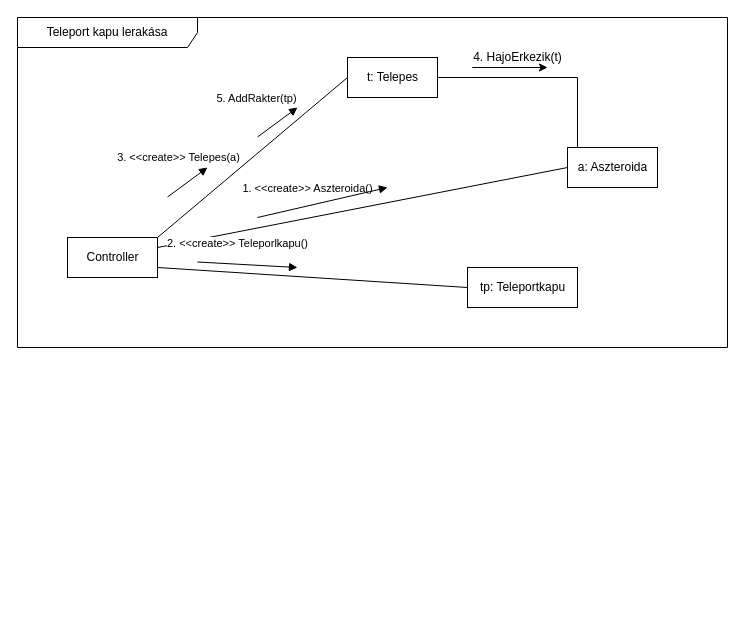
Before: doc/kommunikacio/TeleportLerak.drawio in torpeBoiGo/aszteroidabanyaszat, a draw.io diagram. Source tidied: cells renumbered, new cells numbered last; positions are measured from the earlier drawing's top-left corner, leaving out a move shared by most shapes. Both pictures are drawn from the tidied source at 100%, with x=0, y=0 at pixel (17, 17).
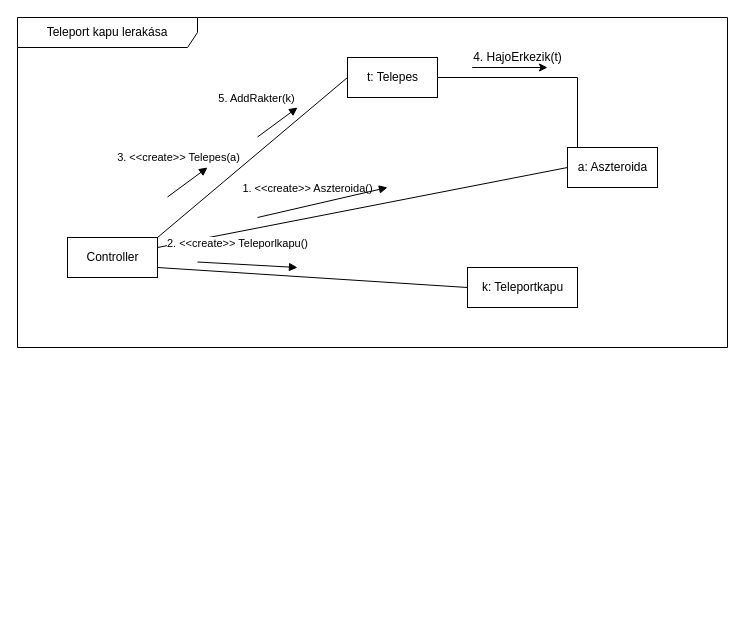
The same page after the edit.

Commit message:
paraméter javítás

Diff of the diagram source:
```diff
@@
-    <mxCell id="6" value="tp: Teleportkapu" style="html=1;" parent="1" vertex="1">
+    <mxCell id="6" value="k: Teleportkapu" style="html=1;" parent="1" vertex="1">
       <mxGeometry x="450" y="250" width="110" height="40" as="geometry" />
     </mxCell>
@@
-    <mxCell id="18" value="5. AddRakter(tp)" style="html=1;verticalAlign=bottom;endArrow=block;" parent="1" edge="1">
+    <mxCell id="18" value="5. AddRakter(k)" style="html=1;verticalAlign=bottom;endArrow=block;" parent="1" edge="1">
       <mxGeometry x="-0.3" y="24" relative="1" as="geometry">
         <mxPoint x="240" y="119.5" as="sourcePoint" />
         <mxPoint x="280" y="90" as="targetPoint" />
       </mxGeometry>
     </mxCell>
```
